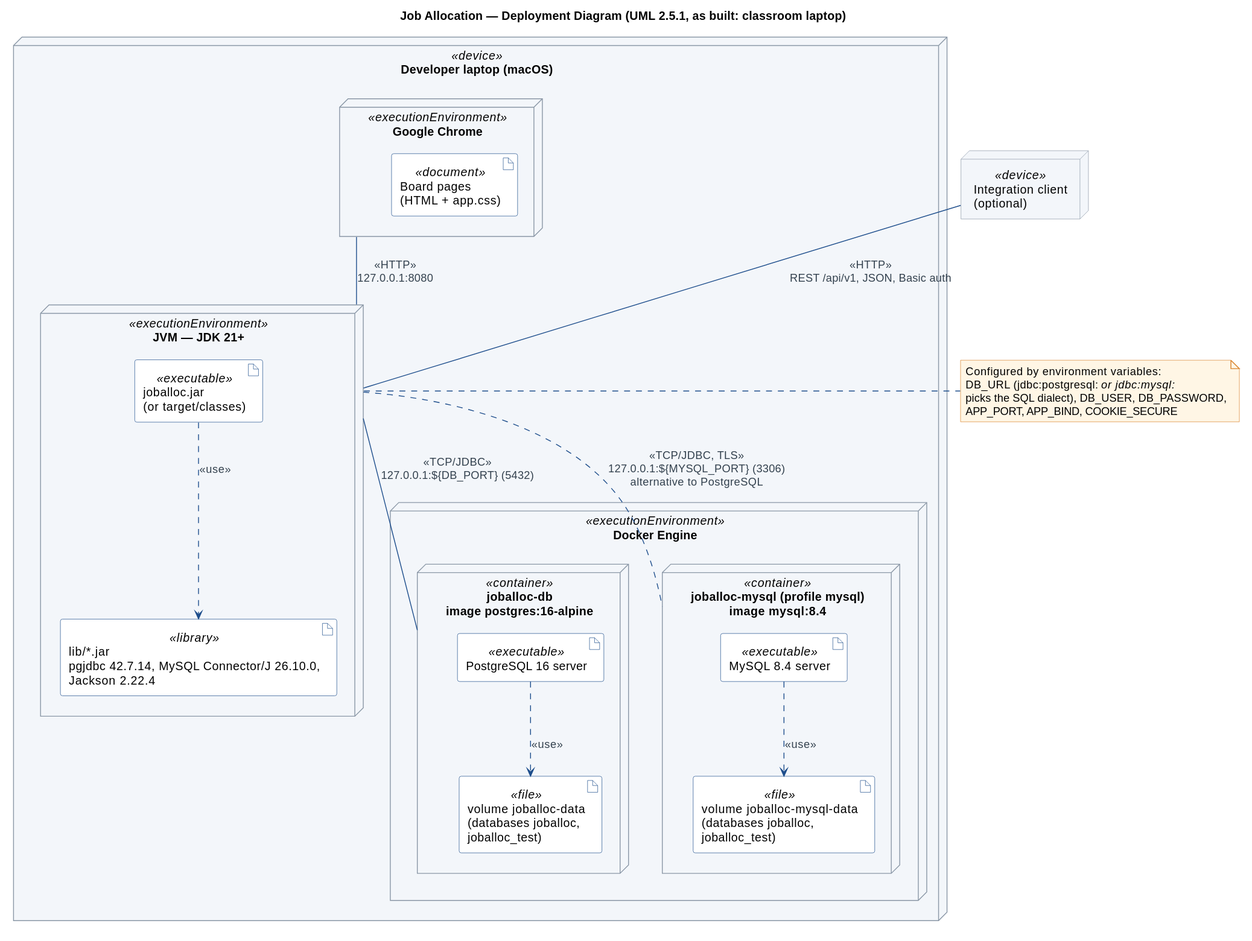
This is diagrams/svg/17-deployment.svg from jaricsng/ooad-3tier-job-allocation, a PlantUML export, as it was before one commit. Source of this version:
```plantuml
@startuml
!include style.iuml
skinparam nodeBackgroundColor #F3F6FA
skinparam artifactBackgroundColor #FFFFFF
skinparam artifactBorderColor #1E4E8C
title Job Allocation — Deployment Diagram (UML 2.5.1, as built: classroom laptop)

node "Developer laptop (macOS)" <<device>> as MAC {
  node "Google Chrome" <<executionEnvironment>> as BROWSER {
    artifact "Board pages\n(HTML + app.css)" <<document>> as PAGES
  }
  node "JVM — JDK 21+" <<executionEnvironment>> as JVM {
    artifact "joballoc.jar\n(or target/classes)" <<executable>> as JAR
    artifact "lib/*.jar\npgjdbc 42.7.14, MySQL Connector/J 26.10.0,\nJackson 2.22.4" <<library>> as LIBS
    JAR ..> LIBS : <<use>>
  }
  node "Docker Engine" <<executionEnvironment>> as DOCKER {
    node "joballoc-db\nimage postgres:16-alpine" <<container>> as PGC {
      artifact "PostgreSQL 16 server" <<executable>> as PG
      artifact "volume joballoc-data\n(databases joballoc,\njoballoc_test)" <<file>> as VOL
      PG ..> VOL : <<use>>
    }
    node "joballoc-mysql (profile mysql)\nimage mysql:8.4" <<container>> as MYC {
      artifact "MySQL 8.4 server" <<executable>> as MY
      artifact "volume joballoc-mysql-data\n(databases joballoc,\njoballoc_test)" <<file>> as MYVOL
      MY ..> MYVOL : <<use>>
    }
  }
}
node "Integration client\n(optional)" <<device>> as CLIENT

BROWSER -- JVM : <<HTTP>>\n127.0.0.1:8080
CLIENT -- JVM : <<HTTP>>\nREST /api/v1, JSON, Basic auth
JVM -- PGC : <<TCP/JDBC>>\n127.0.0.1:${DB_PORT} (5432)
JVM .. MYC : <<TCP/JDBC, TLS>>\n127.0.0.1:${MYSQL_PORT} (3306)\nalternative to PostgreSQL

note right of JVM
  Configured by environment variables:
  DB_URL (jdbc:postgresql:// or jdbc:mysql://
  picks the SQL dialect), DB_USER, DB_PASSWORD,
  APP_PORT, APP_BIND, COOKIE_SECURE
end note
@enduml
```
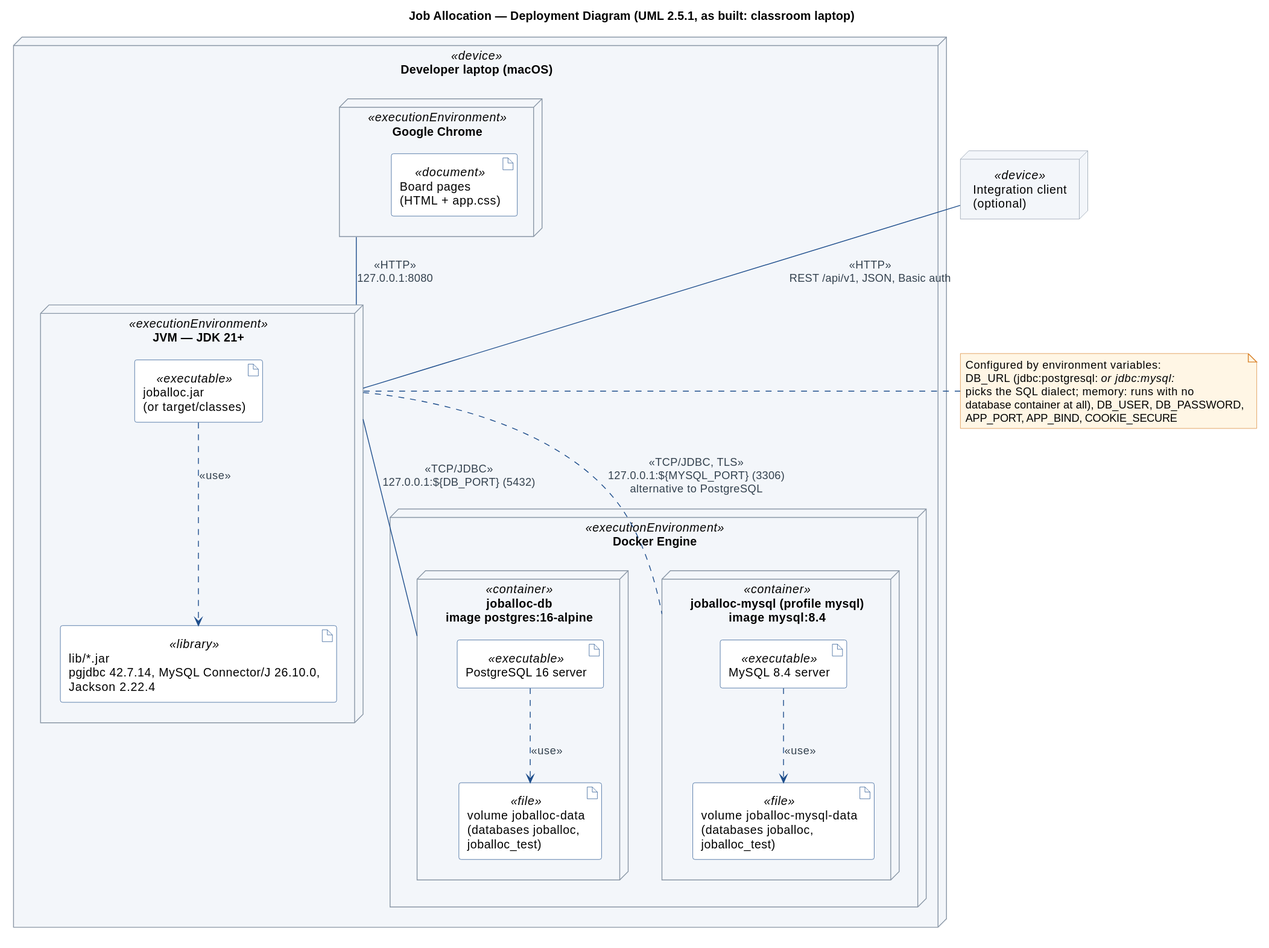
After the change.

The edit, as a diff of the source:
```diff
@@ -37,7 +37,8 @@
 note right of JVM
   Configured by environment variables:
   DB_URL (jdbc:postgresql:// or jdbc:mysql://
-  picks the SQL dialect), DB_USER, DB_PASSWORD,
+  picks the SQL dialect; memory: runs with no
+  database container at all), DB_USER, DB_PASSWORD,
   APP_PORT, APP_BIND, COOKIE_SECURE
 end note
 @enduml
```
